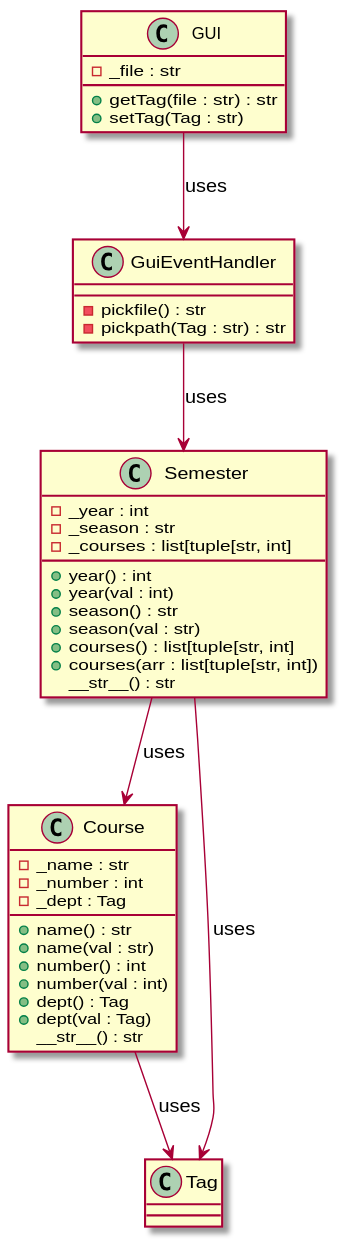
Before: uml/classes.svg, a diagram exported from PlantUML (BandFrLife/fileSorter2026).
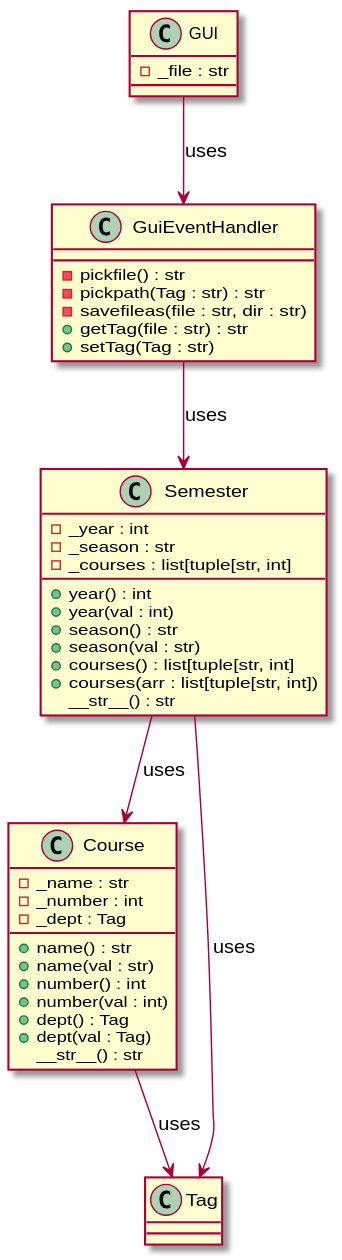
The same file after the commit.

Commit message:
updated gui with tag entry field and uml files

The edit, as a diff of the source:
```diff
@@ -30,13 +30,15 @@
 
 class GUI {
     - _file : str
-    + getTag(file : str) : str
-    + setTag(Tag : str)
+
 }
 
 class GuiEventHandler {
     - pickfile() : str
     - pickpath(Tag : str) : str
+    - savefileas(file : str, dir : str)
+    + getTag(file : str) : str
+    + setTag(Tag : str)
 }
 
 GUI --> GuiEventHandler : uses
```
